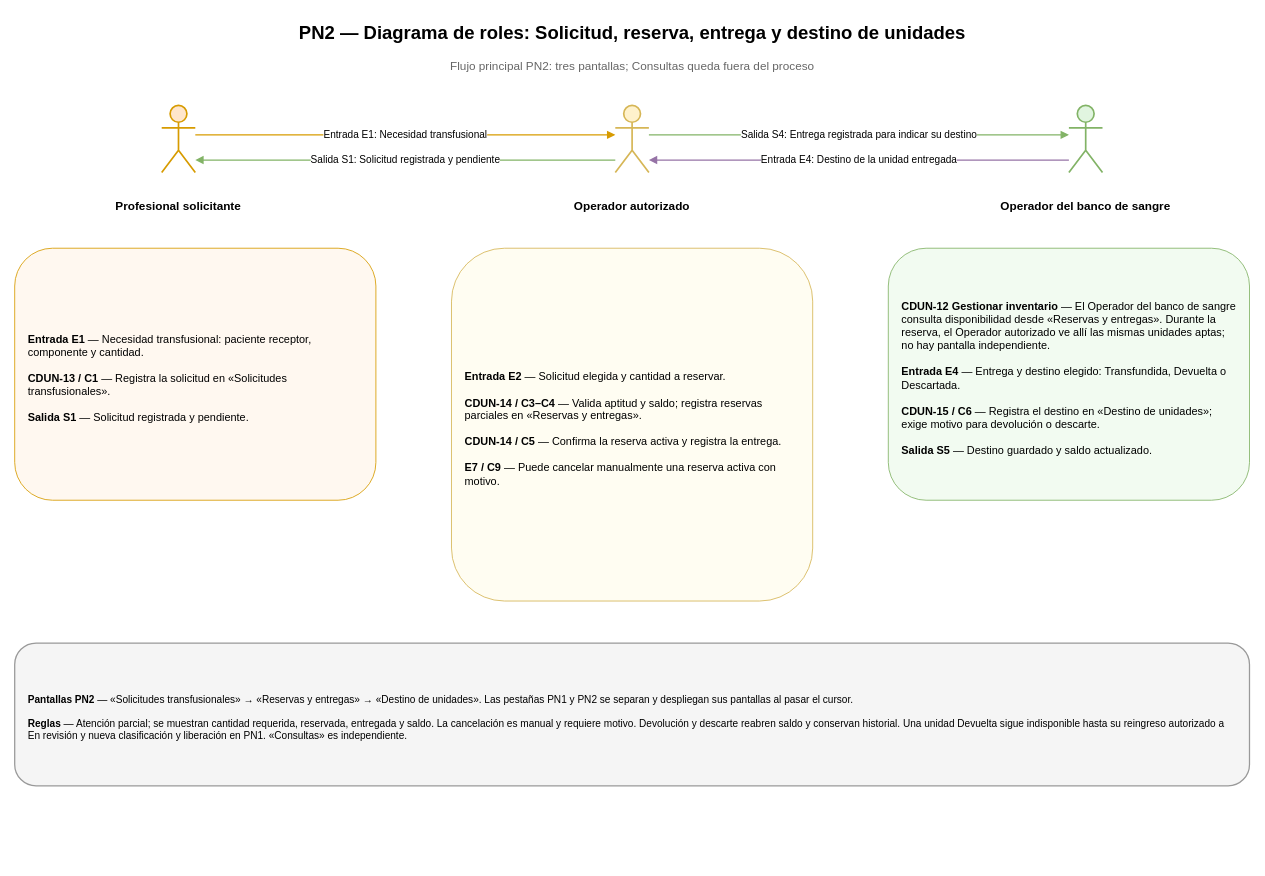
Above: Diagramas/Secuencia de Roles/PN2_DiagramaRoles.drawio in juanNH/Ingenieria-de-Software (draw.io), before the change. Source tidied: cells renumbered, new cells numbered last; positions are measured from the earlier drawing's top-left corner, leaving out a move shared by most shapes. Both pictures are drawn from the tidied source at 84%, with x=0, y=0 at pixel (14, 14).
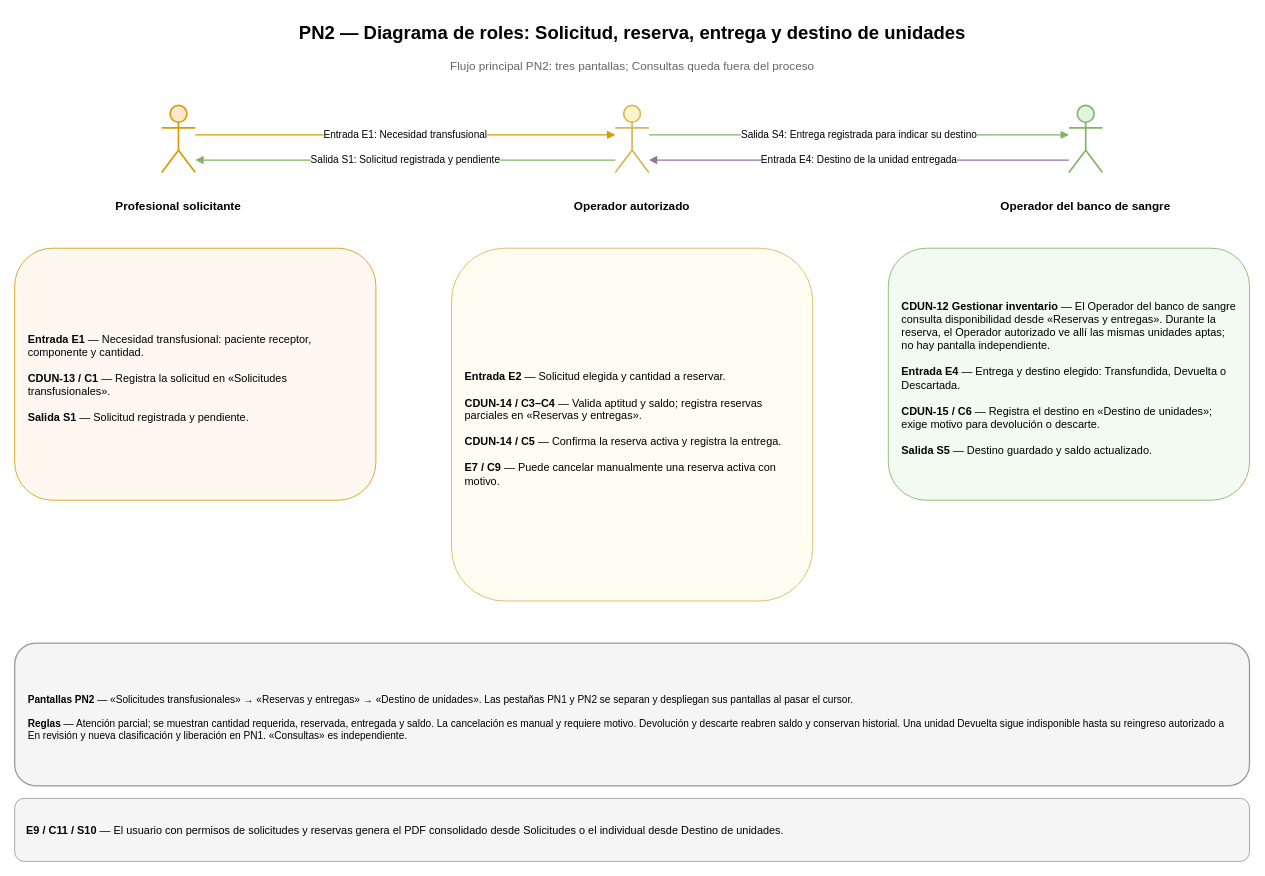
After the change.

What changed in the source:
```diff
@@
+    <mxCell id="18" value="&lt;b&gt;E9 / C11 / S10&lt;/b&gt; — El usuario con permisos de solicitudes y reservas genera el PDF consolidado desde Solicitudes o el individual desde Destino de unidades." style="rounded=1;whiteSpace=wrap;html=1;fillColor=#f5f5f5;strokeColor=#999999;fontSize=13;fontFamily=Arial;align=left;verticalAlign=middle;spacingLeft=12;spacingRight=12;" parent="1" vertex="1">
+      <mxGeometry y="933" width="1470" height="75" as="geometry" />
+    </mxCell>
```
